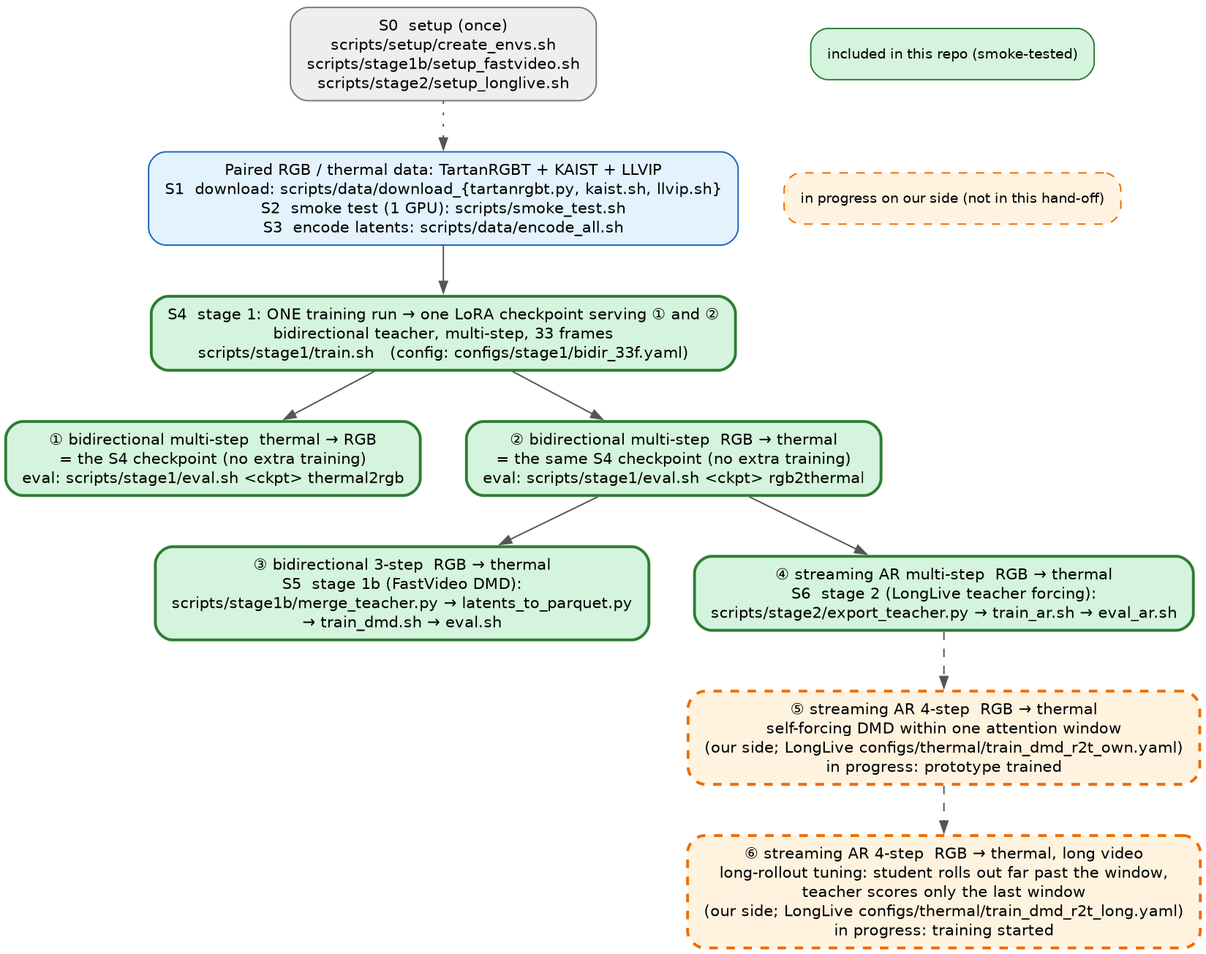
The Graphviz diagram assets/model_tree.png in Greenery-S/thermal_v2v, before a commit. Its source is kept beside it as assets/model_tree.dot.
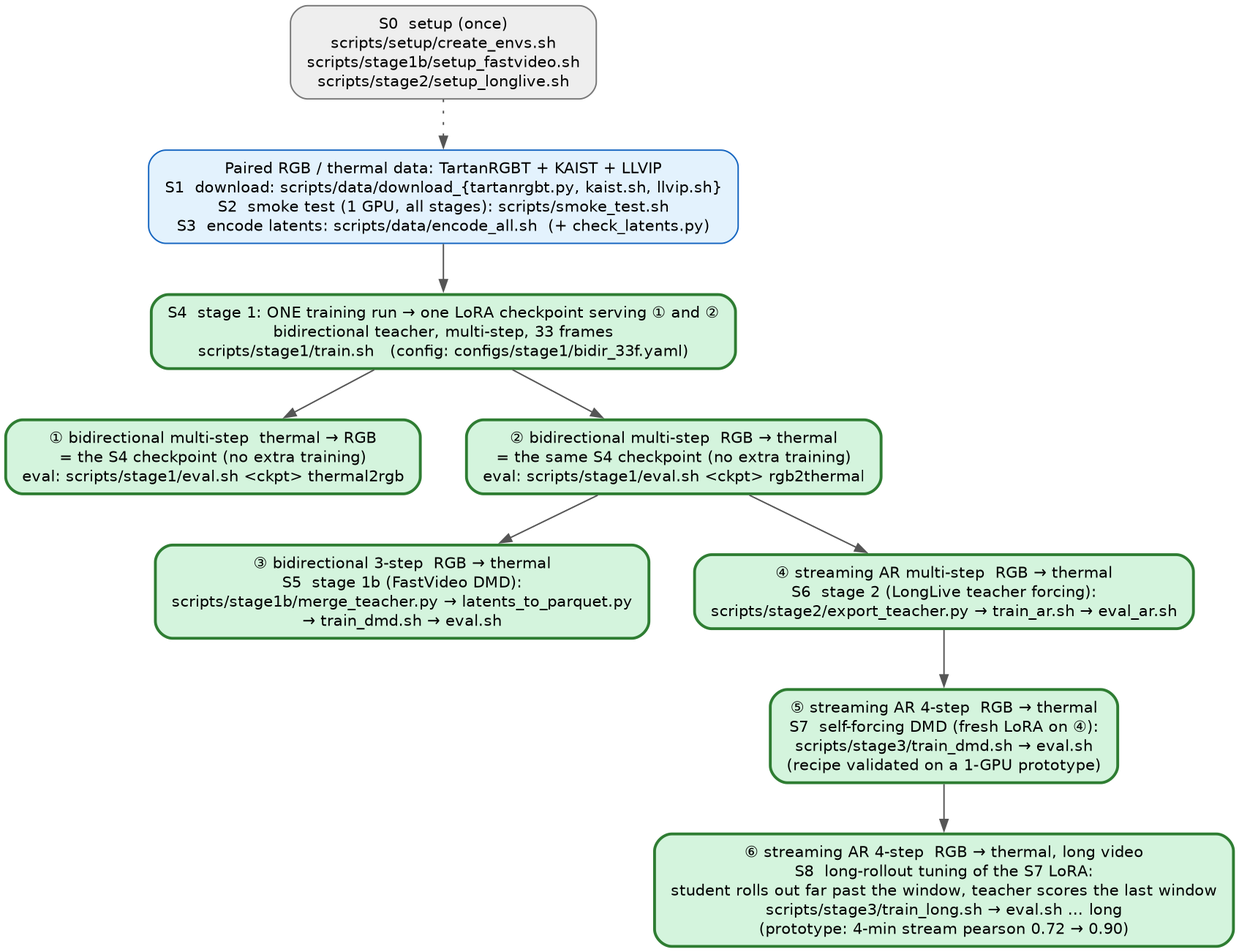
After the commit.

Commit message:
S7/S8: 4-step streaming models ⑤ (self-forcing DMD) and ⑥ (long-rollout tuning) - scripts, configs (LongLive patch), in-training evals, smoke test, docs

Diff of the diagram source:
```diff
@@ -3,18 +3,14 @@
   node [shape=box, style="rounded,filled", fontname="Helvetica", fontsize=11, margin="0.16,0.08"];
   edge [color="#555555", arrowsize=0.8];
   S0  [label="S0  setup (once)\nscripts/setup/create_envs.sh\nscripts/stage1b/setup_fastvideo.sh\nscripts/stage2/setup_longlive.sh", fillcolor="#eeeeee", color="#777777"];
-  D   [label="Paired RGB / thermal data: TartanRGBT + KAIST + LLVIP\nS1  download: scripts/data/download_{tartanrgbt.py, kaist.sh, llvip.sh}\nS2  smoke test (1 GPU): scripts/smoke_test.sh\nS3  encode latents: scripts/data/encode_all.sh", fillcolor="#e3f2fd", color="#1565c0"];
+  D   [label="Paired RGB / thermal data: TartanRGBT + KAIST + LLVIP\nS1  download: scripts/data/download_{tartanrgbt.py, kaist.sh, llvip.sh}\nS2  smoke test (1 GPU, all stages): scripts/smoke_test.sh\nS3  encode latents: scripts/data/encode_all.sh  (+ check_latents.py)", fillcolor="#e3f2fd", color="#1565c0"];
   B   [label="S4  stage 1: ONE training run → one LoRA checkpoint serving ① and ②\nbidirectional teacher, multi-step, 33 frames\nscripts/stage1/train.sh   (config: configs/stage1/bidir_33f.yaml)", fillcolor="#d4f4dd", color="#2e7d32", penwidth=2];
   T2R [label="① bidirectional multi-step  thermal → RGB\n= the S4 checkpoint (no extra training)\neval: scripts/stage1/eval.sh <ckpt> thermal2rgb", fillcolor="#d4f4dd", color="#2e7d32", penwidth=2];
   R2T [label="② bidirectional multi-step  RGB → thermal\n= the same S4 checkpoint (no extra training)\neval: scripts/stage1/eval.sh <ckpt> rgb2thermal", fillcolor="#d4f4dd", color="#2e7d32", penwidth=2];
   FS  [label="③ bidirectional 3-step  RGB → thermal\nS5  stage 1b (FastVideo DMD):\nscripts/stage1b/merge_teacher.py → latents_to_parquet.py\n→ train_dmd.sh → eval.sh", fillcolor="#d4f4dd", color="#2e7d32", penwidth=2];
   AR  [label="④ streaming AR multi-step  RGB → thermal\nS6  stage 2 (LongLive teacher forcing):\nscripts/stage2/export_teacher.py → train_ar.sh → eval_ar.sh", fillcolor="#d4f4dd", color="#2e7d32", penwidth=2];
-  SF  [label="⑤ streaming AR 4-step  RGB → thermal\nself-forcing DMD within one attention window\n(our side; LongLive configs/thermal/train_dmd_r2t_own.yaml)\nin progress: prototype trained", fillcolor="#fff3e0", color="#ef6c00", style="rounded,filled,dashed", penwidth=2];
-  LR  [label="⑥ streaming AR 4-step  RGB → thermal, long video\nlong-rollout tuning: student rolls out far past the window,\nteacher scores only the last window\n(our side; LongLive configs/thermal/train_dmd_r2t_long.yaml)\nin progress: training started", fillcolor="#fff3e0", color="#ef6c00", style="rounded,filled,dashed", penwidth=2];
+  SF  [label="⑤ streaming AR 4-step  RGB → thermal\nS7  self-forcing DMD (fresh LoRA on ④):\nscripts/stage3/train_dmd.sh → eval.sh\n(recipe validated on a 1-GPU prototype)", fillcolor="#d4f4dd", color="#2e7d32", penwidth=2];
+  LR  [label="⑥ streaming AR 4-step  RGB → thermal, long video\nS8  long-rollout tuning of the S7 LoRA:\nstudent rolls out far past the window, teacher scores the last window\nscripts/stage3/train_long.sh → eval.sh … long\n(prototype: 4-min stream pearson 0.72 → 0.90)", fillcolor="#d4f4dd", color="#2e7d32", penwidth=2];
   S0 -> D [style=dotted]; D -> B; B -> T2R; B -> R2T; R2T -> FS; R2T -> AR;
-  AR -> SF [style=dashed]; SF -> LR [style=dashed];
-  subgraph cluster_legend { label=""; color="white";
-    L1 [label="included in this repo (smoke-tested)", fillcolor="#d4f4dd", color="#2e7d32", fontsize=10];
-    L2 [label="in progress on our side (not in this hand-off)", fillcolor="#fff3e0", color="#ef6c00", style="rounded,filled,dashed", fontsize=10];
-    L1 -> L2 [style=invis]; }
+  AR -> SF; SF -> LR;
 }
```
